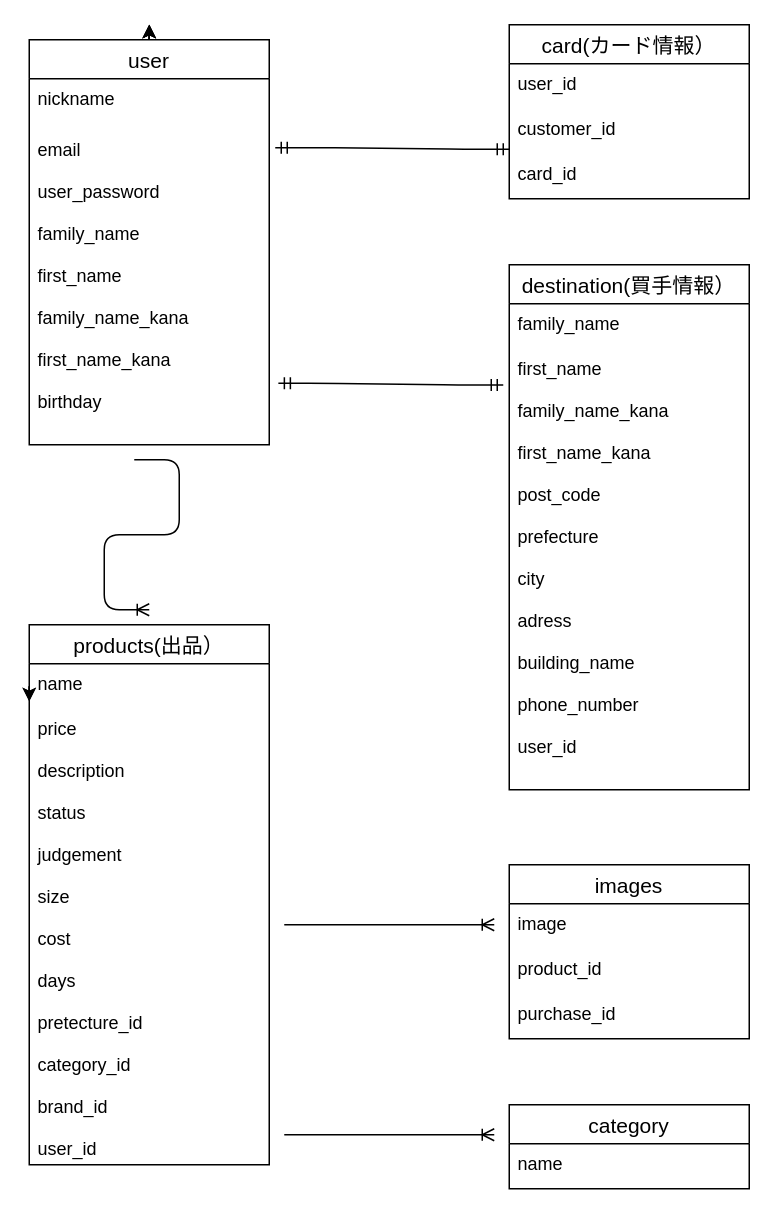
Above: page "ページ1" (1 of 3) of test.dio in kitou44/furima-30571 (draw.io), before the change. Source tidied: cells renumbered, new cells numbered last; positions are measured from the earlier drawing's top-left corner, leaving out a move shared by most shapes. Both pictures are drawn from the tidied source at 150%, with x=0, y=0 at pixel (28, 24).
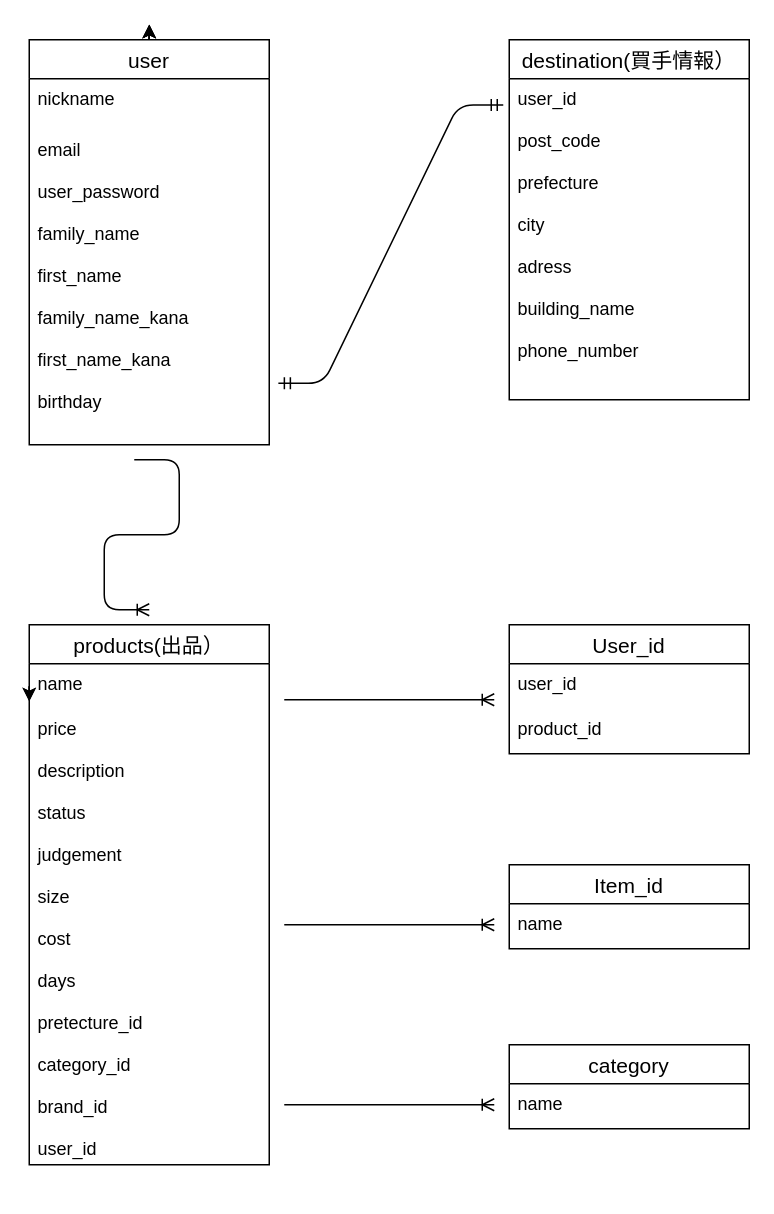
Above is the later version.

The change refers to these unchanged cells:
```xml
<mxCell id="13" value="email&#10;&#10;user_password&#10;&#10;family_name&#10;&#10;first_name&#10;&#10;family_name_kana&#10;&#10;first_name_kana&#10;&#10;birthday" style="text;strokeColor=none;fillColor=none;spacingLeft=4;spacingRight=4;overflow=hidden;points=[[0,0.5],[1,0.5]];portConstraint=eastwest;fontSize=12;fontStyle=0;" parent="1" vertex="1">
  <mxGeometry y="70" width="160" height="210" as="geometry" />
</mxCell>
```

Diff of the diagram source:
```diff
@@
-    <mxCell id="14" value="card(カード情報）" style="swimlane;fontStyle=0;horizontal=1;startSize=26;align=center;fontSize=14;rounded=0;sketch=0;" parent="1" vertex="1">
-      <mxGeometry x="320" width="160" height="116" as="geometry" />
-    </mxCell>
+    <mxCell id="28" style="edgeStyle=entityRelationEdgeStyle;fontSize=12;html=1;endArrow=ERmandOne;startArrow=ERmandOne;exitX=1.038;exitY=0.805;exitDx=0;exitDy=0;exitPerimeter=0;entryX=-0.025;entryY=0.082;entryDx=0;entryDy=0;entryPerimeter=0;" parent="1" edge="1" source="13" target="20">
+      <mxGeometry relative="1" as="geometry" />
+    </mxCell>
+    <mxCell id="29" style="edgeStyle=entityRelationEdgeStyle;fontSize=12;html=1;endArrow=ERoneToMany;" parent="1" edge="1">
+      <mxGeometry relative="1" as="geometry">
+        <mxPoint x="70" y="290" as="sourcePoint" />
+        <mxPoint x="80" y="390" as="targetPoint" />
+      </mxGeometry>
+    </mxCell>
+    <mxCell id="31" style="edgeStyle=entityRelationEdgeStyle;fontSize=12;html=1;endArrow=ERoneToMany;" parent="1" edge="1">
+      <mxGeometry relative="1" as="geometry">
+        <mxPoint x="170" y="720" as="sourcePoint" />
+        <mxPoint x="310" y="720" as="targetPoint" />
+      </mxGeometry>
+    </mxCell>
+    <mxCell id="18" value="destination(買手情報）" style="swimlane;fontStyle=0;horizontal=1;startSize=26;align=center;fontSize=14;rounded=0;sketch=0;" parent="1" vertex="1">
+      <mxGeometry x="320" y="10" width="160" height="240" as="geometry" />
+    </mxCell>
+    <mxCell id="20" value="user_id&#10;&#10;post_code&#10;&#10;prefecture&#10;&#10;city&#10;&#10;adress&#10;&#10;building_name&#10;&#10;phone_number&#10;&#10;" style="text;strokeColor=none;fillColor=none;spacingLeft=4;spacingRight=4;overflow=hidden;points=[[0,0.5],[1,0.5]];portConstraint=eastwest;fontSize=12;" parent="18" vertex="1">
+      <mxGeometry y="26" width="160" height="214" as="geometry" />
+    </mxCell>
+    <mxCell id="32" value="User_id" style="swimlane;fontStyle=0;horizontal=1;startSize=26;align=center;fontSize=14;" parent="1" vertex="1">
+      <mxGeometry x="320" y="400" width="160" height="86" as="geometry" />
+    </mxCell>
-    <mxCell id="15" value="user_id" style="text;strokeColor=none;fillColor=none;spacingLeft=4;spacingRight=4;overflow=hidden;fontSize=12;" parent="14" vertex="1">
+    <mxCell id="15" value="user_id" style="text;strokeColor=none;fillColor=none;spacingLeft=4;spacingRight=4;overflow=hidden;fontSize=12;" parent="32" vertex="1">
       <mxGeometry y="26" width="160" height="30" as="geometry" />
     </mxCell>
-    <mxCell id="16" value="customer_id" style="text;strokeColor=none;fillColor=none;spacingLeft=4;spacingRight=4;overflow=hidden;points=[[0,0.5],[1,0.5]];portConstraint=eastwest;fontSize=12;" parent="14" vertex="1">
-      <mxGeometry y="56" width="160" height="30" as="geometry" />
-    </mxCell>
-    <mxCell id="17" value="card_id" style="text;strokeColor=none;fillColor=none;spacingLeft=4;spacingRight=4;overflow=hidden;fontSize=12;" parent="14" vertex="1">
-      <mxGeometry y="86" width="160" height="30" as="geometry" />
-    </mxCell>
-    <mxCell id="18" value="destination(買手情報）" style="swimlane;fontStyle=0;horizontal=1;startSize=26;align=center;fontSize=14;rounded=0;sketch=0;" parent="1" vertex="1">
-      <mxGeometry x="320" y="160" width="160" height="350" as="geometry" />
-    </mxCell>
-    <mxCell id="19" value="family_name&#10;" style="text;strokeColor=none;fillColor=none;spacingLeft=4;spacingRight=4;overflow=hidden;fontSize=12;" parent="18" vertex="1">
-      <mxGeometry y="26" width="160" height="30" as="geometry" />
-    </mxCell>
-    <mxCell id="20" value="first_name&#10;&#10;family_name_kana&#10;&#10;first_name_kana&#10;&#10;post_code&#10;&#10;prefecture&#10;&#10;city&#10;&#10;adress&#10;&#10;building_name&#10;&#10;phone_number&#10;&#10;user_id" style="text;strokeColor=none;fillColor=none;spacingLeft=4;spacingRight=4;overflow=hidden;points=[[0,0.5],[1,0.5]];portConstraint=eastwest;fontSize=12;" parent="18" vertex="1">
-      <mxGeometry y="56" width="160" height="294" as="geometry" />
-    </mxCell>
-    <mxCell id="21" value="images" style="swimlane;fontStyle=0;horizontal=1;startSize=26;align=center;fontSize=14;rounded=0;sketch=0;" parent="1" vertex="1">
-      <mxGeometry x="320" y="560" width="160" height="116" as="geometry" />
-    </mxCell>
-    <mxCell id="22" value="image" style="text;strokeColor=none;fillColor=none;spacingLeft=4;spacingRight=4;overflow=hidden;fontSize=12;" parent="21" vertex="1">
-      <mxGeometry y="26" width="160" height="30" as="geometry" />
-    </mxCell>
-    <mxCell id="23" value="product_id" style="text;strokeColor=none;fillColor=none;spacingLeft=4;spacingRight=4;overflow=hidden;fontSize=12;" parent="21" vertex="1">
+    <mxCell id="23" value="product_id" style="text;strokeColor=none;fillColor=none;spacingLeft=4;spacingRight=4;overflow=hidden;fontSize=12;" parent="32" vertex="1">
       <mxGeometry y="56" width="160" height="30" as="geometry" />
     </mxCell>
-    <mxCell id="24" value="purchase_id" style="text;strokeColor=none;fillColor=none;spacingLeft=4;spacingRight=4;overflow=hidden;fontSize=12;" parent="21" vertex="1">
-      <mxGeometry y="86" width="160" height="30" as="geometry" />
-    </mxCell>
+    <mxCell id="33" style="edgeStyle=entityRelationEdgeStyle;fontSize=12;html=1;endArrow=ERoneToMany;" parent="1" edge="1">
+      <mxGeometry relative="1" as="geometry">
+        <mxPoint x="170" y="450" as="sourcePoint" />
+        <mxPoint x="310" y="450" as="targetPoint" />
+      </mxGeometry>
+    </mxCell>
+    <mxCell id="34" value="Item_id" style="swimlane;fontStyle=0;horizontal=1;startSize=26;align=center;fontSize=14;" parent="1" vertex="1">
+      <mxGeometry x="320" y="560" width="160" height="56" as="geometry" />
+    </mxCell>
+    <mxCell id="35" value="name" style="text;strokeColor=none;fillColor=none;spacingLeft=4;spacingRight=4;overflow=hidden;fontSize=12;" parent="34" vertex="1">
+      <mxGeometry y="26" width="160" height="30" as="geometry" />
+    </mxCell>
     <mxCell id="25" value="category" style="swimlane;fontStyle=0;horizontal=1;startSize=26;align=center;fontSize=14;rounded=0;sketch=0;" parent="1" vertex="1">
-      <mxGeometry x="320" y="720" width="160" height="56" as="geometry" />
+      <mxGeometry x="320" y="680" width="160" height="56" as="geometry" />
     </mxCell>
@@
-    <mxCell id="27" style="edgeStyle=entityRelationEdgeStyle;fontSize=12;html=1;endArrow=ERmandOne;startArrow=ERmandOne;exitX=1.025;exitY=0.057;exitDx=0;exitDy=0;exitPerimeter=0;entryX=0;entryY=0.9;entryDx=0;entryDy=0;entryPerimeter=0;" parent="1" edge="1" source="13" target="16">
-      <mxGeometry relative="1" as="geometry" />
-    </mxCell>
-    <mxCell id="28" style="edgeStyle=entityRelationEdgeStyle;fontSize=12;html=1;endArrow=ERmandOne;startArrow=ERmandOne;exitX=1.038;exitY=0.805;exitDx=0;exitDy=0;exitPerimeter=0;entryX=-0.025;entryY=0.082;entryDx=0;entryDy=0;entryPerimeter=0;" parent="1" edge="1" source="13" target="20">
-      <mxGeometry relative="1" as="geometry" />
-    </mxCell>
-    <mxCell id="29" style="edgeStyle=entityRelationEdgeStyle;fontSize=12;html=1;endArrow=ERoneToMany;" parent="1" edge="1">
-      <mxGeometry relative="1" as="geometry">
-        <mxPoint x="70" y="290" as="sourcePoint" />
-        <mxPoint x="80" y="390" as="targetPoint" />
-      </mxGeometry>
-    </mxCell>
-    <mxCell id="30" style="edgeStyle=entityRelationEdgeStyle;fontSize=12;html=1;endArrow=ERoneToMany;" parent="1" edge="1">
-      <mxGeometry relative="1" as="geometry">
-        <mxPoint x="170" y="600" as="sourcePoint" />
-        <mxPoint x="310" y="600" as="targetPoint" />
-      </mxGeometry>
-    </mxCell>
-    <mxCell id="31" style="edgeStyle=entityRelationEdgeStyle;fontSize=12;html=1;endArrow=ERoneToMany;" parent="1" edge="1">
-      <mxGeometry relative="1" as="geometry">
-        <mxPoint x="170" y="740" as="sourcePoint" />
-        <mxPoint x="310" y="740" as="targetPoint" />
-      </mxGeometry>
-    </mxCell>
+    <mxCell id="36" style="edgeStyle=entityRelationEdgeStyle;fontSize=12;html=1;endArrow=ERoneToMany;" parent="1" edge="1">
+      <mxGeometry relative="1" as="geometry">
+        <mxPoint x="170" y="600" as="sourcePoint" />
+        <mxPoint x="310" y="600" as="targetPoint" />
+      </mxGeometry>
+    </mxCell>
```
